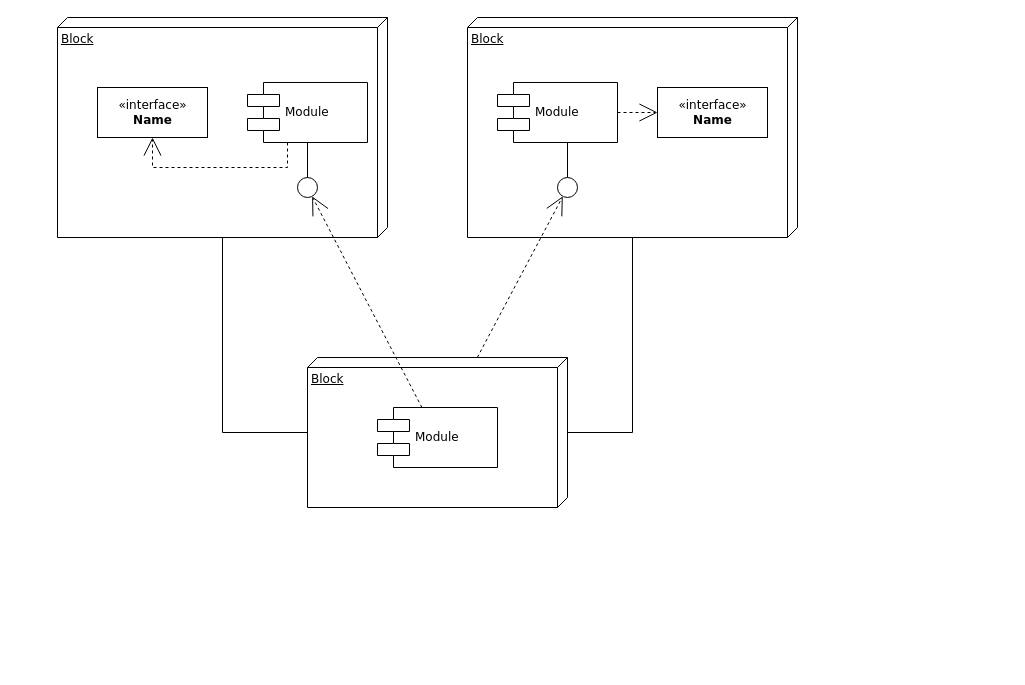
This is src/Untitled Diagram.drawio from muthukrishnanmce/SeleniumLearning, a draw.io file, before an edit. Source tidied: cells renumbered, new cells numbered last; positions are measured from the earlier drawing's top-left corner, leaving out a move shared by most shapes. Both pictures are drawn from the tidied source at 100%, with x=0, y=0 at pixel (57, 17).
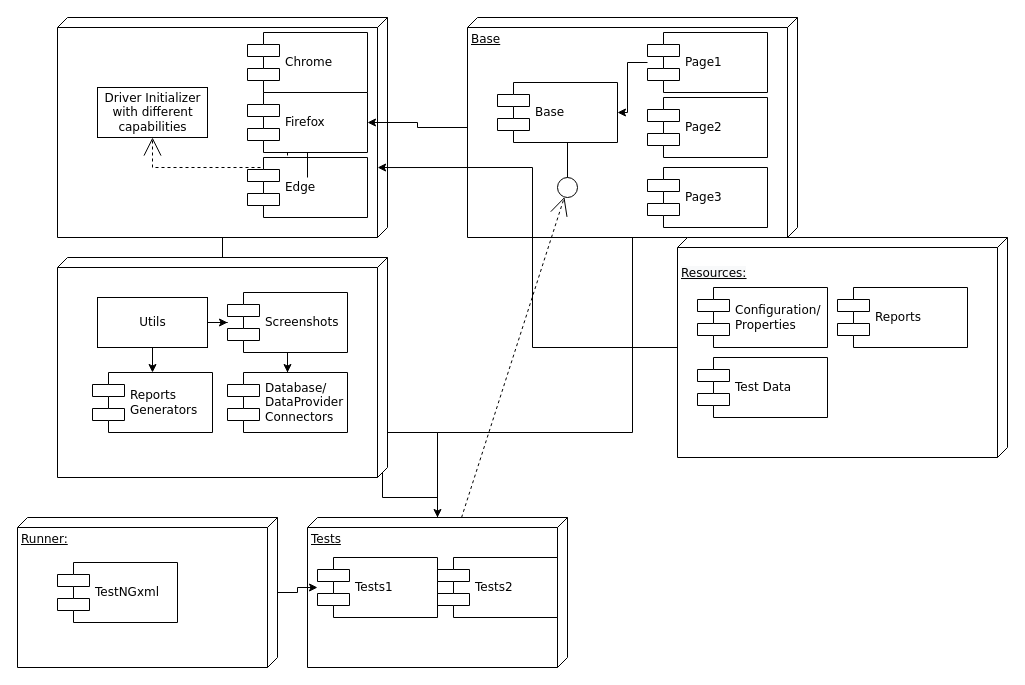
Above is the later version.

The change refers to these unchanged cells:
```xml
<mxCell id="7" style="ellipse;whiteSpace=wrap;html=1;rounded=0;shadow=0;comic=0;labelBackgroundColor=none;strokeWidth=1;fontFamily=Verdana;fontSize=12;align=center;" parent="1" vertex="1">
  <mxGeometry x="240" y="160" width="20" height="20" as="geometry" />
</mxCell>
```

Change to the diagram source:
```diff
@@
-    <mxCell id="2" value="Block" style="verticalAlign=top;align=left;spacingTop=8;spacingLeft=2;spacingRight=12;shape=cube;size=10;direction=south;fontStyle=4;html=1;rounded=0;shadow=0;comic=0;labelBackgroundColor=none;strokeWidth=1;fontFamily=Verdana;fontSize=12;" parent="1" vertex="1">
+    <mxCell id="2" style="verticalAlign=top;align=left;spacingTop=8;spacingLeft=2;spacingRight=12;shape=cube;size=10;direction=south;fontStyle=4;html=1;rounded=0;shadow=0;comic=0;labelBackgroundColor=none;strokeWidth=1;fontFamily=Verdana;fontSize=12;" parent="1" vertex="1">
       <mxGeometry width="330" height="220" as="geometry" />
     </mxCell>
+    <mxCell id="20" style="edgeStyle=orthogonalEdgeStyle;rounded=0;jettySize=auto;html=1;" parent="1" edge="1" source="3" target="22">
+      <mxGeometry relative="1" as="geometry" />
+    </mxCell>
-    <mxCell id="3" value="Block" style="verticalAlign=top;align=left;spacingTop=8;spacingLeft=2;spacingRight=12;shape=cube;size=10;direction=south;fontStyle=4;html=1;rounded=0;shadow=0;comic=0;labelBackgroundColor=none;strokeWidth=1;fontFamily=Verdana;fontSize=12;" parent="1" vertex="1">
+    <mxCell id="3" value="Base" style="verticalAlign=top;align=left;spacingTop=8;spacingLeft=2;spacingRight=12;shape=cube;size=10;direction=south;fontStyle=4;html=1;rounded=0;shadow=0;comic=0;labelBackgroundColor=none;strokeWidth=1;fontFamily=Verdana;fontSize=12;" parent="1" vertex="1">
       <mxGeometry x="410" width="330" height="220" as="geometry" />
     </mxCell>
-    <mxCell id="4" value="Block" style="verticalAlign=top;align=left;spacingTop=8;spacingLeft=2;spacingRight=12;shape=cube;size=10;direction=south;fontStyle=4;html=1;rounded=0;shadow=0;comic=0;labelBackgroundColor=none;strokeWidth=1;fontFamily=Verdana;fontSize=12;" parent="1" vertex="1">
-      <mxGeometry x="250" y="340" width="260" height="150" as="geometry" />
+    <mxCell id="4" value="Tests" style="verticalAlign=top;align=left;spacingTop=8;spacingLeft=2;spacingRight=12;shape=cube;size=10;direction=south;fontStyle=4;html=1;rounded=0;shadow=0;comic=0;labelBackgroundColor=none;strokeWidth=1;fontFamily=Verdana;fontSize=12;" parent="1" vertex="1">
+      <mxGeometry x="250" y="500" width="260" height="150" as="geometry" />
     </mxCell>
-    <mxCell id="5" value="&amp;laquo;interface&amp;raquo;&lt;br&gt;&lt;b&gt;Name&lt;/b&gt;" style="html=1;rounded=0;shadow=0;comic=0;labelBackgroundColor=none;strokeWidth=1;fontFamily=Verdana;fontSize=12;align=center;" parent="1" vertex="1">
+    <mxCell id="5" value="Driver Initializer&lt;br&gt;with different &lt;br&gt;capabilities" style="html=1;rounded=0;shadow=0;comic=0;labelBackgroundColor=none;strokeWidth=1;fontFamily=Verdana;fontSize=12;align=center;" parent="1" vertex="1">
       <mxGeometry x="40" y="70" width="110" height="50" as="geometry" />
     </mxCell>
-    <mxCell id="6" value="Module" style="shape=component;align=left;spacingLeft=36;rounded=0;shadow=0;comic=0;labelBackgroundColor=none;strokeWidth=1;fontFamily=Verdana;fontSize=12;html=1;" parent="1" vertex="1">
-      <mxGeometry x="190" y="65" width="120" height="60" as="geometry" />
+    <mxCell id="6" value="Chrome" style="shape=component;align=left;spacingLeft=36;rounded=0;shadow=0;comic=0;labelBackgroundColor=none;strokeWidth=1;fontFamily=Verdana;fontSize=12;html=1;" parent="1" vertex="1">
+      <mxGeometry x="190" y="15" width="120" height="60" as="geometry" />
     </mxCell>
@@
-    <mxCell id="8" value="Module" style="shape=component;align=left;spacingLeft=36;rounded=0;shadow=0;comic=0;labelBackgroundColor=none;strokeWidth=1;fontFamily=Verdana;fontSize=12;html=1;" parent="1" vertex="1">
+    <mxCell id="8" value="Base" style="shape=component;align=left;spacingLeft=36;rounded=0;shadow=0;comic=0;labelBackgroundColor=none;strokeWidth=1;fontFamily=Verdana;fontSize=12;html=1;" parent="1" vertex="1">
       <mxGeometry x="440" y="65" width="120" height="60" as="geometry" />
     </mxCell>
-    <mxCell id="9" value="&amp;laquo;interface&amp;raquo;&lt;br&gt;&lt;b&gt;Name&lt;/b&gt;" style="html=1;rounded=0;shadow=0;comic=0;labelBackgroundColor=none;strokeWidth=1;fontFamily=Verdana;fontSize=12;align=center;" parent="1" vertex="1">
-      <mxGeometry x="600" y="70" width="110" height="50" as="geometry" />
-    </mxCell>
@@
-    <mxCell id="11" value="Module" style="shape=component;align=left;spacingLeft=36;rounded=0;shadow=0;comic=0;labelBackgroundColor=none;strokeWidth=1;fontFamily=Verdana;fontSize=12;html=1;" parent="1" vertex="1">
-      <mxGeometry x="320" y="390" width="120" height="60" as="geometry" />
-    </mxCell>
-    <mxCell id="12" style="edgeStyle=none;rounded=0;html=1;dashed=1;labelBackgroundColor=none;startArrow=none;startFill=0;startSize=8;endArrow=open;endFill=0;endSize=16;fontFamily=Verdana;fontSize=12;" parent="1" edge="1" source="11" target="7">
-      <mxGeometry relative="1" as="geometry" />
-    </mxCell>
@@
-    <mxCell id="15" style="edgeStyle=elbowEdgeStyle;rounded=0;html=1;labelBackgroundColor=none;startArrow=none;startFill=0;startSize=8;endArrow=none;endFill=0;endSize=16;fontFamily=Verdana;fontSize=12;" parent="1" edge="1" source="7" target="6">
+    <mxCell id="15" style="edgeStyle=elbowEdgeStyle;rounded=0;html=1;labelBackgroundColor=none;startArrow=none;startFill=0;startSize=8;endArrow=none;endFill=0;endSize=16;fontFamily=Verdana;fontSize=12;" parent="1" edge="1" source="22" target="6">
       <mxGeometry relative="1" as="geometry" />
     </mxCell>
@@
-    <mxCell id="17" style="edgeStyle=orthogonalEdgeStyle;rounded=0;html=1;dashed=1;labelBackgroundColor=none;startArrow=none;startFill=0;startSize=8;endArrow=open;endFill=0;endSize=16;fontFamily=Verdana;fontSize=12;" parent="1" edge="1" source="8" target="9">
-      <mxGeometry relative="1" as="geometry" />
-    </mxCell>
@@
-    <mxCell id="19" style="edgeStyle=orthogonalEdgeStyle;rounded=0;html=1;labelBackgroundColor=none;startArrow=none;startFill=0;startSize=8;endArrow=none;endFill=0;endSize=16;fontFamily=Verdana;fontSize=12;" parent="1" edge="1" source="4" target="2">
-      <mxGeometry relative="1" as="geometry">
-        <Array as="points">
-          <mxPoint x="165" y="415" />
-        </Array>
-      </mxGeometry>
+    <mxCell id="19" style="edgeStyle=orthogonalEdgeStyle;rounded=0;html=1;labelBackgroundColor=none;startArrow=none;startFill=0;startSize=8;endArrow=none;endFill=0;endSize=16;fontFamily=Verdana;fontSize=12;" parent="1" edge="1" source="25" target="2">
+      <mxGeometry relative="1" as="geometry" />
     </mxCell>
+    <mxCell id="21" value="Edge" style="shape=component;align=left;spacingLeft=36;rounded=0;shadow=0;comic=0;labelBackgroundColor=none;strokeWidth=1;fontFamily=Verdana;fontSize=12;html=1;" parent="1" vertex="1">
+      <mxGeometry x="190" y="140" width="120" height="60" as="geometry" />
+    </mxCell>
+    <mxCell id="22" value="Firefox" style="shape=component;align=left;spacingLeft=36;rounded=0;shadow=0;comic=0;labelBackgroundColor=none;strokeWidth=1;fontFamily=Verdana;fontSize=12;html=1;" parent="1" vertex="1">
+      <mxGeometry x="190" y="75" width="120" height="60" as="geometry" />
+    </mxCell>
+    <mxCell id="23" style="edgeStyle=elbowEdgeStyle;rounded=0;html=1;labelBackgroundColor=none;startArrow=none;startFill=0;startSize=8;endArrow=none;endFill=0;endSize=16;fontFamily=Verdana;fontSize=12;" parent="1" edge="1" source="7" target="22">
+      <mxGeometry relative="1" as="geometry" />
+    </mxCell>
+    <mxCell id="24" style="edgeStyle=orthogonalEdgeStyle;rounded=0;jettySize=auto;html=1;exitX=0;exitY=0;exitDx=215;exitDy=5;exitPerimeter=0;" parent="1" edge="1" source="25" target="4">
+      <mxGeometry relative="1" as="geometry" />
+    </mxCell>
+    <mxCell id="25" style="verticalAlign=top;align=left;spacingTop=8;spacingLeft=2;spacingRight=12;shape=cube;size=10;direction=south;fontStyle=4;html=1;rounded=0;shadow=0;comic=0;labelBackgroundColor=none;strokeWidth=1;fontFamily=Verdana;fontSize=12;" parent="1" vertex="1">
+      <mxGeometry y="240" width="330" height="220" as="geometry" />
+    </mxCell>
+    <mxCell id="26" style="edgeStyle=orthogonalEdgeStyle;rounded=0;html=1;labelBackgroundColor=none;startArrow=none;startFill=0;startSize=8;endArrow=none;endFill=0;endSize=16;fontFamily=Verdana;fontSize=12;" parent="1" edge="1" source="4" target="25">
+      <mxGeometry relative="1" as="geometry">
+        <Array as="points">
+          <mxPoint x="165" y="415" />
+        </Array>
+      </mxGeometry>
+    </mxCell>
+    <mxCell id="27" style="edgeStyle=orthogonalEdgeStyle;rounded=0;jettySize=auto;html=1;" parent="1" edge="1" source="29" target="33">
+      <mxGeometry relative="1" as="geometry" />
+    </mxCell>
+    <mxCell id="28" style="edgeStyle=orthogonalEdgeStyle;rounded=0;jettySize=auto;html=1;" parent="1" edge="1" source="29" target="31">
+      <mxGeometry relative="1" as="geometry" />
+    </mxCell>
+    <mxCell id="29" value="Utils" style="html=1;rounded=0;shadow=0;comic=0;labelBackgroundColor=none;strokeWidth=1;fontFamily=Verdana;fontSize=12;align=center;" parent="1" vertex="1">
+      <mxGeometry x="40" y="280" width="110" height="50" as="geometry" />
+    </mxCell>
+    <mxCell id="30" style="edgeStyle=orthogonalEdgeStyle;rounded=0;jettySize=auto;html=1;" parent="1" edge="1" source="31" target="32">
+      <mxGeometry relative="1" as="geometry" />
+    </mxCell>
+    <mxCell id="31" value="Screenshots" style="shape=component;align=left;spacingLeft=36;rounded=0;shadow=0;comic=0;labelBackgroundColor=none;strokeWidth=1;fontFamily=Verdana;fontSize=12;html=1;" parent="1" vertex="1">
+      <mxGeometry x="170" y="275" width="120" height="60" as="geometry" />
+    </mxCell>
+    <mxCell id="32" value="Database/&lt;br&gt;DataProvider&lt;br&gt;Connectors" style="shape=component;align=left;spacingLeft=36;rounded=0;shadow=0;comic=0;labelBackgroundColor=none;strokeWidth=1;fontFamily=Verdana;fontSize=12;html=1;" parent="1" vertex="1">
+      <mxGeometry x="170" y="355" width="120" height="60" as="geometry" />
+    </mxCell>
+    <mxCell id="33" value="Reports&lt;br&gt;Generators" style="shape=component;align=left;spacingLeft=36;rounded=0;shadow=0;comic=0;labelBackgroundColor=none;strokeWidth=1;fontFamily=Verdana;fontSize=12;html=1;" parent="1" vertex="1">
+      <mxGeometry x="35" y="355" width="120" height="60" as="geometry" />
+    </mxCell>
+    <mxCell id="34" style="edgeStyle=orthogonalEdgeStyle;rounded=0;jettySize=auto;html=1;" parent="1" edge="1" source="35" target="8">
+      <mxGeometry relative="1" as="geometry" />
+    </mxCell>
+    <mxCell id="35" value="Page1" style="shape=component;align=left;spacingLeft=36;rounded=0;shadow=0;comic=0;labelBackgroundColor=none;strokeWidth=1;fontFamily=Verdana;fontSize=12;html=1;" parent="1" vertex="1">
+      <mxGeometry x="590" y="15" width="120" height="60" as="geometry" />
+    </mxCell>
+    <mxCell id="36" value="Page2" style="shape=component;align=left;spacingLeft=36;rounded=0;shadow=0;comic=0;labelBackgroundColor=none;strokeWidth=1;fontFamily=Verdana;fontSize=12;html=1;" parent="1" vertex="1">
+      <mxGeometry x="590" y="80" width="120" height="60" as="geometry" />
+    </mxCell>
+    <mxCell id="37" value="Tests1" style="shape=component;align=left;spacingLeft=36;rounded=0;shadow=0;comic=0;labelBackgroundColor=none;strokeWidth=1;fontFamily=Verdana;fontSize=12;html=1;" parent="1" vertex="1">
+      <mxGeometry x="260" y="540" width="120" height="60" as="geometry" />
+    </mxCell>
+    <mxCell id="38" value="Tests2" style="shape=component;align=left;spacingLeft=36;rounded=0;shadow=0;comic=0;labelBackgroundColor=none;strokeWidth=1;fontFamily=Verdana;fontSize=12;html=1;" parent="1" vertex="1">
+      <mxGeometry x="380" y="540" width="120" height="60" as="geometry" />
+    </mxCell>
+    <mxCell id="39" style="edgeStyle=orthogonalEdgeStyle;rounded=0;jettySize=auto;html=1;" parent="1" edge="1" source="40" target="37">
+      <mxGeometry relative="1" as="geometry" />
+    </mxCell>
+    <mxCell id="40" value="Runner:" style="verticalAlign=top;align=left;spacingTop=8;spacingLeft=2;spacingRight=12;shape=cube;size=10;direction=south;fontStyle=4;html=1;rounded=0;shadow=0;comic=0;labelBackgroundColor=none;strokeWidth=1;fontFamily=Verdana;fontSize=12;" parent="1" vertex="1">
+      <mxGeometry x="-40" y="500" width="260" height="150" as="geometry" />
+    </mxCell>
+    <mxCell id="41" value="TestNGxml" style="shape=component;align=left;spacingLeft=36;rounded=0;shadow=0;comic=0;labelBackgroundColor=none;strokeWidth=1;fontFamily=Verdana;fontSize=12;html=1;" parent="1" vertex="1">
+      <mxGeometry y="545" width="120" height="60" as="geometry" />
+    </mxCell>
+    <mxCell id="42" value="Page3" style="shape=component;align=left;spacingLeft=36;rounded=0;shadow=0;comic=0;labelBackgroundColor=none;strokeWidth=1;fontFamily=Verdana;fontSize=12;html=1;" parent="1" vertex="1">
+      <mxGeometry x="590" y="150" width="120" height="60" as="geometry" />
+    </mxCell>
+    <mxCell id="43" style="edgeStyle=orthogonalEdgeStyle;rounded=0;jettySize=auto;html=1;entryX=0.682;entryY=0.03;entryDx=0;entryDy=0;entryPerimeter=0;" parent="1" edge="1" source="44" target="2">
+      <mxGeometry relative="1" as="geometry" />
+    </mxCell>
+    <mxCell id="44" value="&lt;br&gt;&lt;span style=&quot;color: rgb(0, 0, 0); font-family: Verdana; font-size: 12px; font-style: normal; font-variant-ligatures: normal; font-variant-caps: normal; font-weight: 400; letter-spacing: normal; orphans: 2; text-align: left; text-indent: 0px; text-transform: none; widows: 2; word-spacing: 0px; -webkit-text-stroke-width: 0px; background-color: rgb(248, 249, 250); text-decoration: underline; float: none; display: inline !important;&quot;&gt;Resources:&lt;/span&gt;&lt;br&gt;" style="verticalAlign=top;align=left;spacingTop=8;spacingLeft=2;spacingRight=12;shape=cube;size=10;direction=south;fontStyle=4;html=1;rounded=0;shadow=0;comic=0;labelBackgroundColor=none;strokeWidth=1;fontFamily=Verdana;fontSize=12;" parent="1" vertex="1">
+      <mxGeometry x="620" y="220" width="330" height="220" as="geometry" />
+    </mxCell>
+    <mxCell id="45" value="Configuration/&lt;br&gt;Properties" style="shape=component;align=left;spacingLeft=36;rounded=0;shadow=0;comic=0;labelBackgroundColor=none;strokeWidth=1;fontFamily=Verdana;fontSize=12;html=1;" parent="1" vertex="1">
+      <mxGeometry x="640" y="270" width="130" height="60" as="geometry" />
+    </mxCell>
+    <mxCell id="46" value="Test Data" style="shape=component;align=left;spacingLeft=36;rounded=0;shadow=0;comic=0;labelBackgroundColor=none;strokeWidth=1;fontFamily=Verdana;fontSize=12;html=1;" parent="1" vertex="1">
+      <mxGeometry x="640" y="340" width="130" height="60" as="geometry" />
+    </mxCell>
+    <mxCell id="47" value="Reports" style="shape=component;align=left;spacingLeft=36;rounded=0;shadow=0;comic=0;labelBackgroundColor=none;strokeWidth=1;fontFamily=Verdana;fontSize=12;html=1;" parent="1" vertex="1">
+      <mxGeometry x="780" y="270" width="130" height="60" as="geometry" />
+    </mxCell>
```
